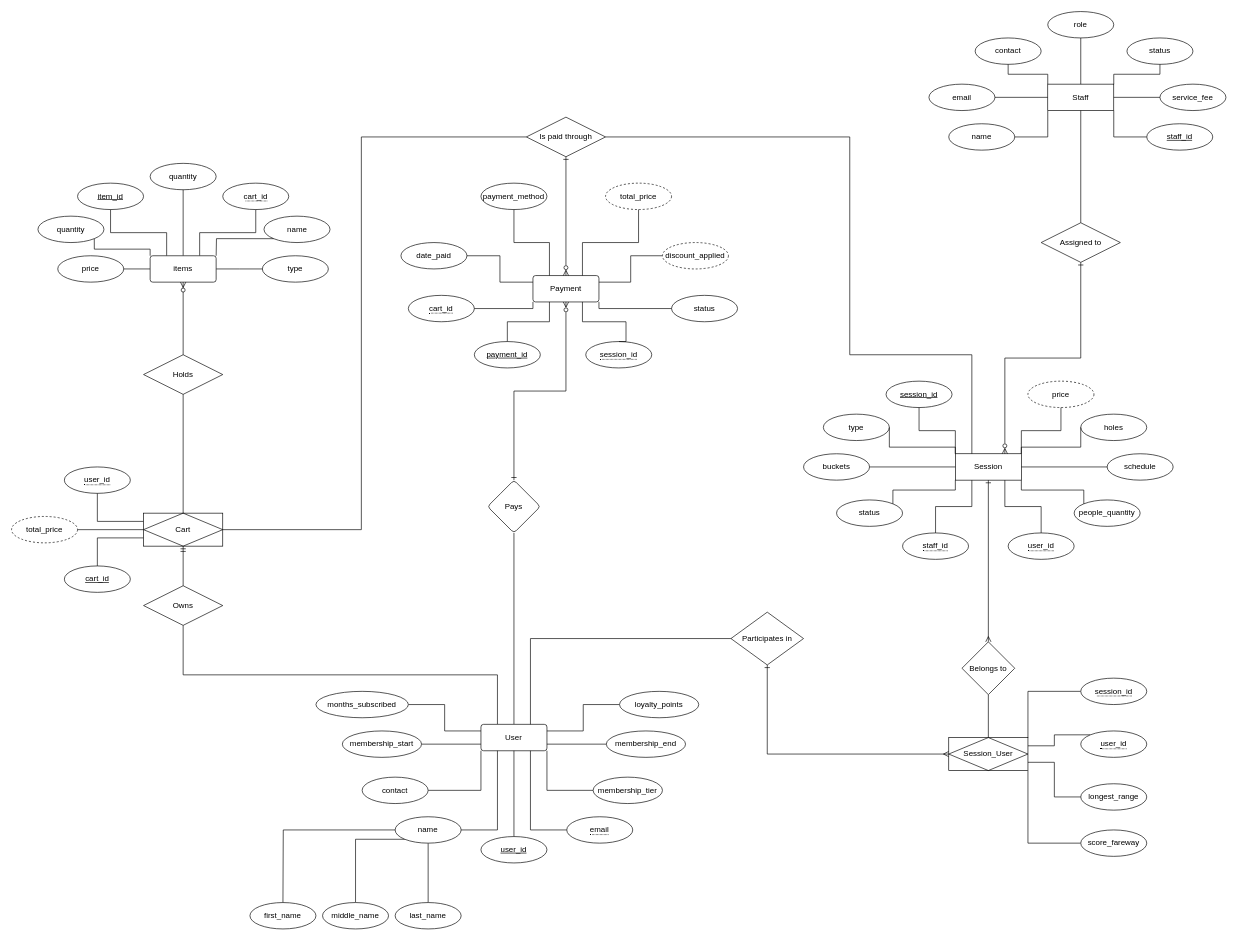
Earlier version of the draw.io diagram golf-chen-notation.drawio (johnllss/INFOM_DB-App_Gr3). Source tidied: cells renumbered, new cells numbered last; positions are measured from the earlier drawing's top-left corner, leaving out a move shared by most shapes. Both pictures are drawn from the tidied source at 66%, with x=0, y=0 at pixel (11, 11).
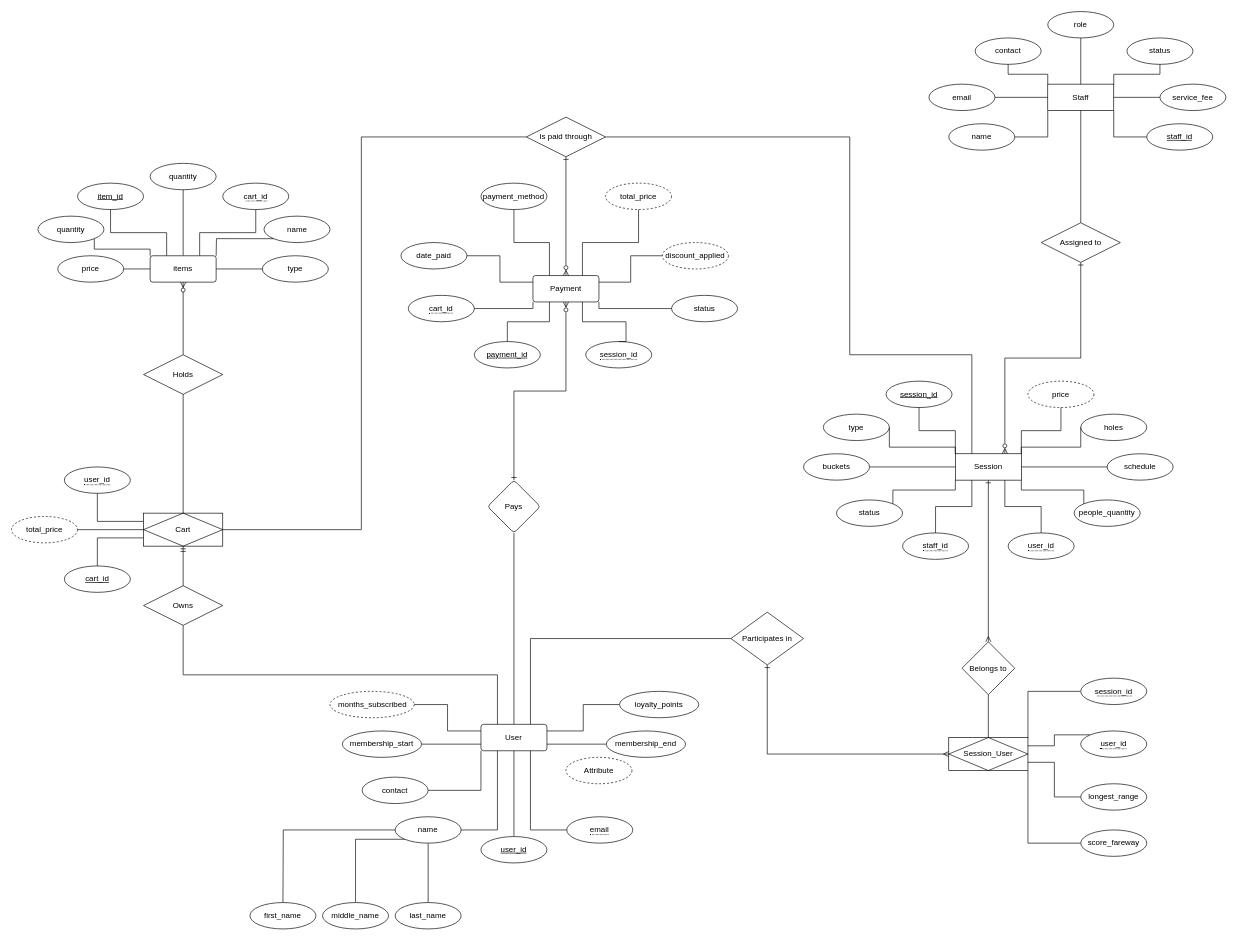
Above is the later version.

Commit message:
User's months_subscribed changed to a derived attribute

The change refers to these unchanged cells:
```xml
<mxCell id="4" value="User" style="rounded=1;arcSize=10;whiteSpace=wrap;html=1;align=center;" parent="1" vertex="1">
  <mxGeometry x="711.2" y="1080" width="100" height="40" as="geometry" />
</mxCell>
```

What changed in the source:
```diff
@@
-    <mxCell id="8" style="edgeStyle=orthogonalEdgeStyle;rounded=0;jettySize=auto;html=1;exitX=1;exitY=0.5;exitDx=0;exitDy=0;entryX=0;entryY=0.25;entryDx=0;entryDy=0;endArrow=none;endFill=0;" parent="1" edge="1" source="9" target="4">
+    <mxCell id="8" style="edgeStyle=orthogonalEdgeStyle;rounded=0;jettySize=auto;html=1;entryX=0;entryY=0.25;entryDx=0;entryDy=0;endArrow=none;endFill=0;exitX=1;exitY=0.5;exitDx=0;exitDy=0;" parent="1" edge="1" source="9" target="4">
       <mxGeometry relative="1" as="geometry" />
     </mxCell>
-    <mxCell id="9" value="months_subscribed" style="ellipse;whiteSpace=wrap;html=1;align=center;" parent="1" vertex="1">
-      <mxGeometry x="461.2" y="1030" width="140" height="40" as="geometry" />
-    </mxCell>
@@
-    <mxCell id="23" style="edgeStyle=orthogonalEdgeStyle;rounded=0;jettySize=auto;html=1;entryX=1;entryY=1;entryDx=0;entryDy=0;endArrow=none;endFill=0;" parent="1" edge="1" source="24" target="4">
-      <mxGeometry relative="1" as="geometry" />
-    </mxCell>
-    <mxCell id="24" value="membership_tier" style="ellipse;whiteSpace=wrap;html=1;align=center;" parent="1" vertex="1">
-      <mxGeometry x="881.2" y="1160" width="105" height="40" as="geometry" />
-    </mxCell>
@@
+    <mxCell id="133" value="Attribute" style="ellipse;whiteSpace=wrap;html=1;align=center;dashed=1;" parent="1" vertex="1">
+      <mxGeometry x="840" y="1130" width="100" height="40" as="geometry" />
+    </mxCell>
+    <mxCell id="9" value="months_subscribed" style="ellipse;whiteSpace=wrap;html=1;align=center;dashed=1;" parent="1" vertex="1">
+      <mxGeometry x="482.5" y="1030" width="127.5" height="40" as="geometry" />
+    </mxCell>
```
